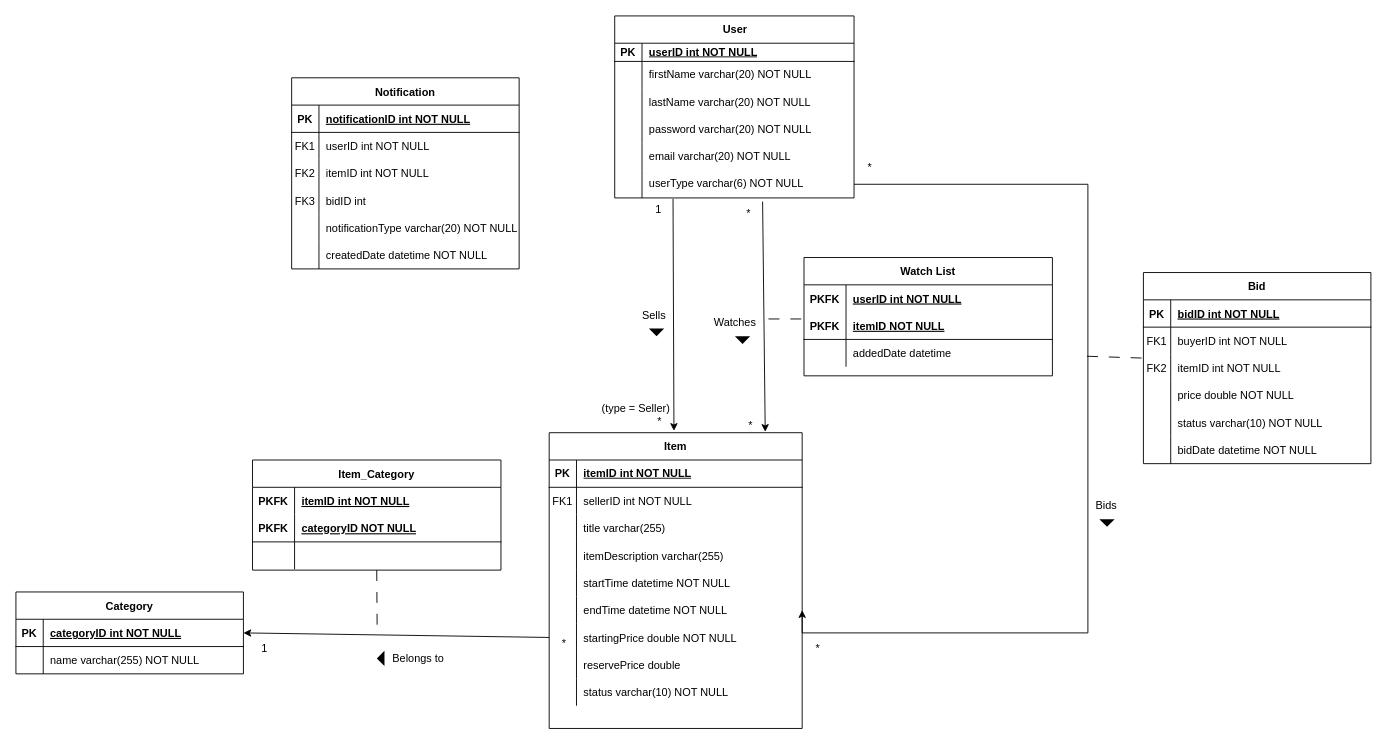
Above: Soran_ER_Diagram.drawio in AnTienHuang/COMP0178 (draw.io), before the change. Source tidied: cells renumbered, new cells numbered last; positions are measured from the earlier drawing's top-left corner, leaving out a move shared by most shapes. Both pictures are drawn from the tidied source at 91%, with x=0, y=0 at pixel (15, 15).
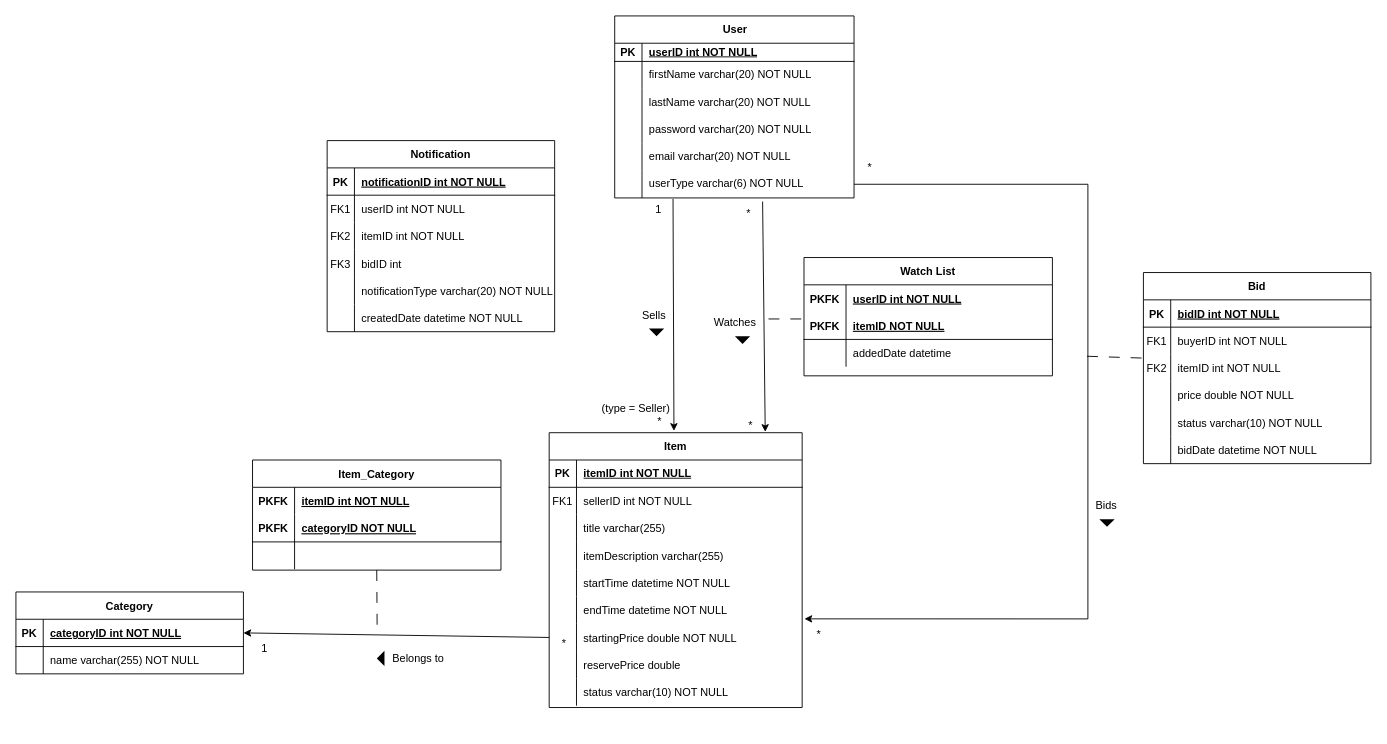
The same diagram, later.

The change refers to these unchanged cells:
```xml
<mxCell id="19" style="shape=tableRow;horizontal=0;startSize=0;swimlaneHead=0;swimlaneBody=0;fillColor=none;points=[[0,0.5],[1,0.5]];portConstraint=eastwest;top=0;left=0;right=0;bottom=0;" parent="3" vertex="1">
  <mxGeometry y="170" width="263" height="30" as="geometry" />
</mxCell>
<mxCell id="60" style="shape=partialRectangle;fillColor=none;points=[[0,0.5],[1,0.5]];portConstraint=eastwest;top=0;left=0;right=0;bottom=0;" parent="44" vertex="1">
  <mxGeometry y="180" width="278" height="30" as="geometry" />
</mxCell>
```

The edit, as a diff of the source:
```diff
@@
     <mxCell id="44" value="Item" style="shape=table;startSize=30;childLayout=tableLayout;rowLines=0;fontStyle=1;align=center;swimlaneLine=1;" parent="1" vertex="1">
-      <mxGeometry x="586" y="458" width="278" height="325" as="geometry" />
+      <mxGeometry x="586" y="458" width="278" height="302" as="geometry" />
     </mxCell>
@@
-    <mxCell id="79" style="edgeStyle=orthogonalEdgeStyle;rounded=0;jettySize=auto;html=1;entryX=1;entryY=0.5;entryDx=0;entryDy=0;" parent="1" edge="1" source="19" target="60">
+    <mxCell id="79" style="edgeStyle=orthogonalEdgeStyle;rounded=0;jettySize=auto;html=1;entryX=1.009;entryY=0.819;entryDx=0;entryDy=0;entryPerimeter=0;" parent="1" edge="1" source="19" target="60">
       <mxGeometry relative="1" as="geometry">
         <Array as="points">
           <mxPoint x="1178" y="185" />
-          <mxPoint x="1178" y="678" />
+          <mxPoint x="1178" y="663" />
         </Array>
       </mxGeometry>
     </mxCell>
     <mxCell id="80" value="*" style="text;html=1;align=center;verticalAlign=middle;strokeColor=none;fillColor=none;" parent="1" vertex="1">
-      <mxGeometry x="869" y="683" width="23" height="26" as="geometry" />
+      <mxGeometry x="870" y="667" width="23" height="26" as="geometry" />
     </mxCell>
@@
     <mxCell id="119" value="Notification" style="shape=table;startSize=30;childLayout=tableLayout;rowLines=0;fontStyle=1;align=center;" parent="1" vertex="1">
-      <mxGeometry x="303" y="68" width="250" height="210" as="geometry" />
+      <mxGeometry x="342" y="137" width="250" height="210" as="geometry" />
     </mxCell>
```
